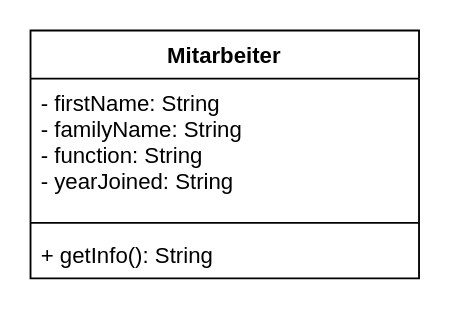
This is Mitarbeiter Diagramm.drawio from Nulleins90/02d_Objekte_CodeLab_2, a draw.io file, before an edit. Source tidied: cells renumbered, new cells numbered last; positions are measured from the earlier drawing's top-left corner, leaving out a move shared by most shapes. Both pictures are drawn from the tidied source at 185%, with x=0, y=0 at pixel (30, 30).
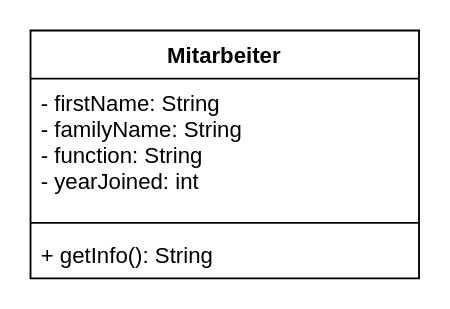
The same page after the edit.

Commit message (it also covers changes not shown here):
String zu int

The edit, as a diff of the source:
```diff
@@
 <mxGraphModel>
   <root>
     <mxCell id="0" />
     <mxCell id="1" parent="0" />
     <mxCell id="2" value="Mitarbeiter" style="swimlane;fontStyle=1;align=center;verticalAlign=top;horizontal=1;startSize=26;" parent="1" vertex="1">
       <mxGeometry width="210" height="134" as="geometry" />
     </mxCell>
-    <mxCell id="3" value="- firstName: String&#10;- familyName: String&#10;- function: String&#10;- yearJoined: String&#10;&#10;" style="text;strokeColor=none;fillColor=none;align=left;verticalAlign=top;spacingLeft=4;spacingRight=4;overflow=hidden;" parent="2" vertex="1">
+    <mxCell id="3" value="- firstName: String&#10;- familyName: String&#10;- function: String&#10;- yearJoined: int&#10;&#10;" style="text;strokeColor=none;fillColor=none;align=left;verticalAlign=top;spacingLeft=4;spacingRight=4;overflow=hidden;" parent="2" vertex="1">
       <mxGeometry y="26" width="210" height="74" as="geometry" />
     </mxCell>
     <mxCell id="4" style="line;strokeWidth=1;fillColor=none;align=left;verticalAlign=middle;spacingTop=-1;spacingLeft=3;spacingRight=3;labelPosition=right;" parent="2" vertex="1">
       <mxGeometry y="100" width="210" height="8" as="geometry" />
     </mxCell>
     <mxCell id="5" value="+ getInfo(): String&#10;" style="text;strokeColor=none;fillColor=none;align=left;verticalAlign=top;spacingLeft=4;spacingRight=4;overflow=hidden;" parent="2" vertex="1">
       <mxGeometry y="108" width="210" height="26" as="geometry" />
     </mxCell>
   </root>
 </mxGraphModel>
```
